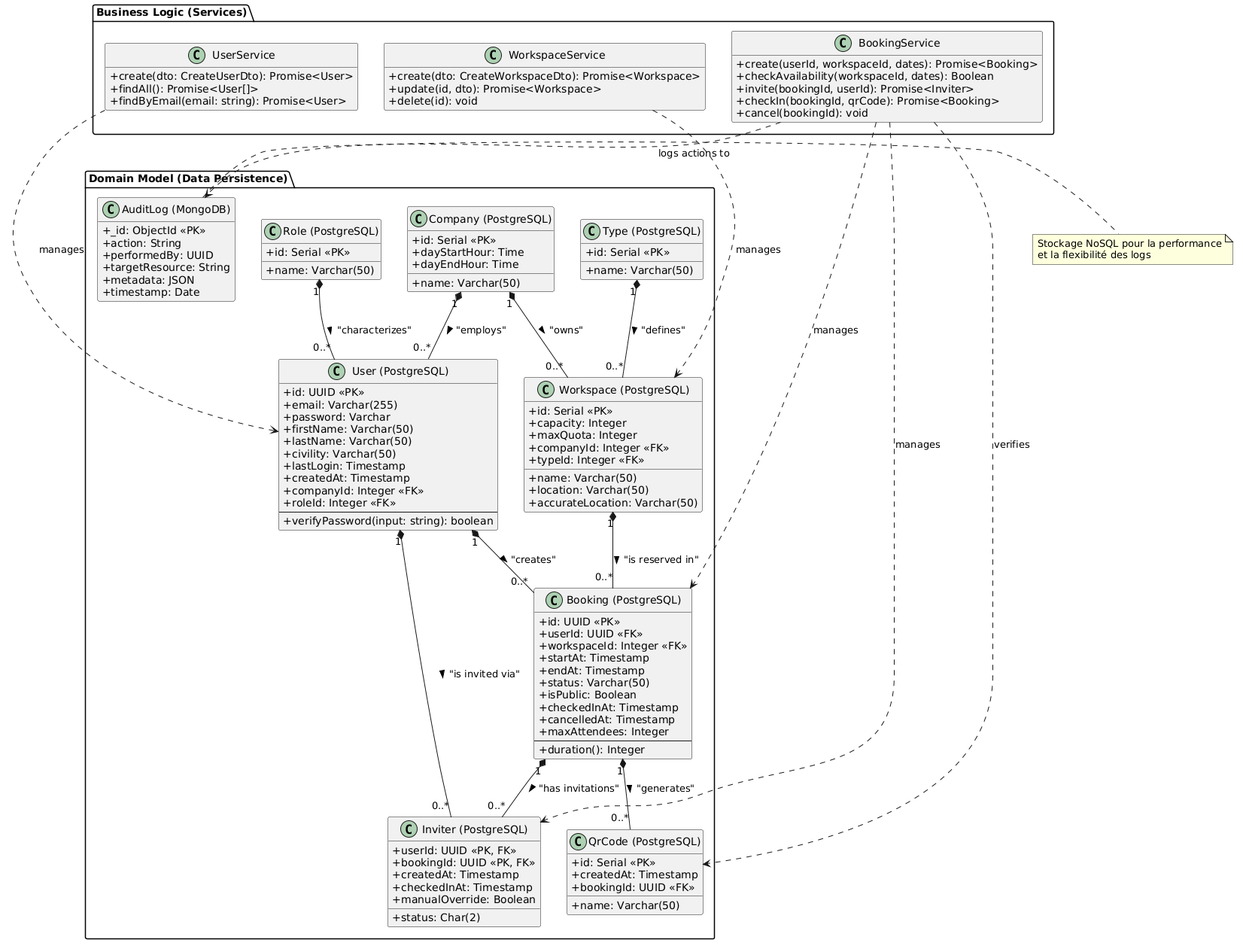
This is 3wa/soutenance/assets/uml-classes.png from Vaalley/tempo, a PlantUML export, as it was before one commit. The source it was exported from:
```plantuml
@startuml
hide empty members
skinparam classAttributeIconSize 0

package "Domain Model (Data Persistence)" {

    class "Role (PostgreSQL)" as Role {
        + id: Serial <<PK>>
        + name: Varchar(50)
    }

    class "Company (PostgreSQL)" as Company {
        + id: Serial <<PK>>
        + name: Varchar(50)
        + dayStartHour: Time
        + dayEndHour: Time
    }

    class "Type (PostgreSQL)" as Type {
        + id: Serial <<PK>>
        + name: Varchar(50)
    }

    class "User (PostgreSQL)" as User {
        + id: UUID <<PK>>
        + email: Varchar(255)
        + password: Varchar
        + firstName: Varchar(50)
        + lastName: Varchar(50)
        + civility: Varchar(50)
        + lastLogin: Timestamp
        + createdAt: Timestamp
        + companyId: Integer <<FK>>
        + roleId: Integer <<FK>>
        --
        + verifyPassword(input: string): boolean
    }

    class "Workspace (PostgreSQL)" as Workspace {
        + id: Serial <<PK>>
        + name: Varchar(50)
        + capacity: Integer
        + maxQuota: Integer
        + location: Varchar(50)
        + accurateLocation: Varchar(50)
        + companyId: Integer <<FK>>
        + typeId: Integer <<FK>>
    }

    class "Booking (PostgreSQL)" as Booking {
        + id: UUID <<PK>>
        + userId: UUID <<FK>>
        + workspaceId: Integer <<FK>>
        + startAt: Timestamp
        + endAt: Timestamp
        + status: Varchar(50)
        + isPublic: Boolean
        + checkedInAt: Timestamp
        + cancelledAt: Timestamp
        + maxAttendees: Integer
        --
        + duration(): Integer
    }

    class "Inviter (PostgreSQL)" as Inviter {
        + userId: UUID <<PK, FK>>
        + bookingId: UUID <<PK, FK>>
        + createdAt: Timestamp
        + status: Char(2)
        + checkedInAt: Timestamp
        + manualOverride: Boolean
    }

    class "QrCode (PostgreSQL)" as QrCode {
        + id: Serial <<PK>>
        + name: Varchar(50)
        + createdAt: Timestamp
        + bookingId: UUID <<FK>>
    }

    class "AuditLog (MongoDB)" as AuditLog {
        + _id: ObjectId <<PK>>
        + action: String
        + performedBy: UUID
        + targetResource: String
        + metadata: JSON
        + timestamp: Date
    }
}

package "Business Logic (Services)" {
    class UserService {
        + create(dto: CreateUserDto): Promise<User>
        + findAll(): Promise<User[]>
        + findByEmail(email: string): Promise<User>
    }

    class BookingService {
        + create(userId, workspaceId, dates): Promise<Booking>
        + checkAvailability(workspaceId, dates): Boolean
        + invite(bookingId, userId): Promise<Inviter>
        + checkIn(bookingId, qrCode): Promise<Booking>
        + cancel(bookingId): void
    }

    class WorkspaceService {
        + create(dto: CreateWorkspaceDto): Promise<Workspace>
        + update(id, dto): Promise<Workspace>
        + delete(id): void
    }
}

Role "1" *-- "0..*" User : "characterizes" >
Company "1" *-- "0..*" User : "employs" >
Company "1" *-- "0..*" Workspace : "owns" >
Type "1" *-- "0..*" Workspace : "defines" >
User "1" *-- "0..*" Booking : "creates" >
Workspace "1" *-- "0..*" Booking : "is reserved in" >
User "1" *-- "0..*" Inviter : "is invited via" >
Booking "1" *-- "0..*" Inviter : "has invitations" >
Booking "1" *-- "0..*" QrCode : "generates" >

UserService ..> User : "manages"
BookingService ..> Booking : "manages"
BookingService ..> Inviter : "manages"
BookingService ..> QrCode : "verifies"
WorkspaceService ..> Workspace : "manages"
BookingService ..> AuditLog : "logs actions to"

note right of AuditLog
  Stockage NoSQL pour la performance
  et la flexibilité des logs
end note
@enduml
```
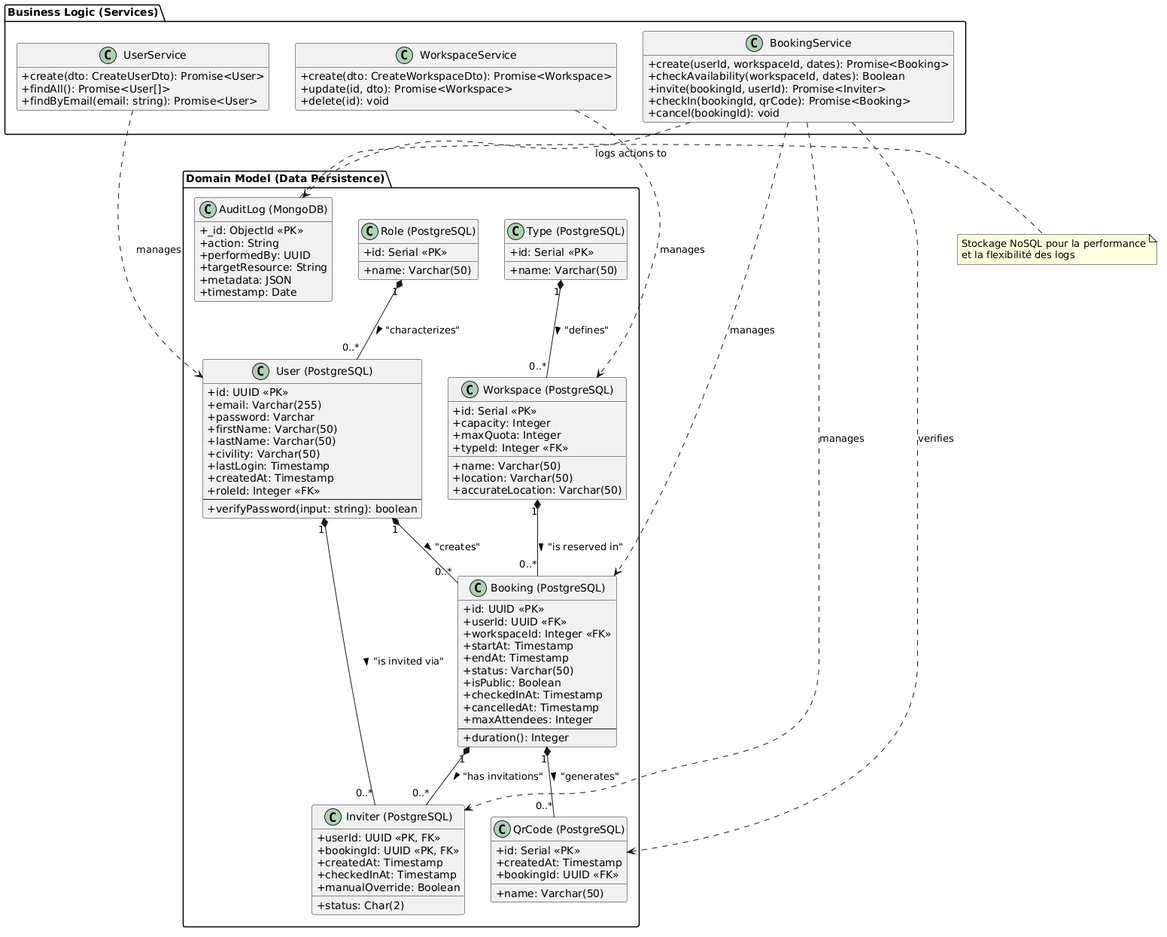
The same file after the commit.

The edit, as a diff of the source:
```diff
@@ -7,13 +7,6 @@
     class "Role (PostgreSQL)" as Role {
         + id: Serial <<PK>>
         + name: Varchar(50)
-    }
-
-    class "Company (PostgreSQL)" as Company {
-        + id: Serial <<PK>>
-        + name: Varchar(50)
-        + dayStartHour: Time
-        + dayEndHour: Time
     }
 
     class "Type (PostgreSQL)" as Type {
@@ -30,7 +23,6 @@
         + civility: Varchar(50)
         + lastLogin: Timestamp
         + createdAt: Timestamp
-        + companyId: Integer <<FK>>
         + roleId: Integer <<FK>>
         --
         + verifyPassword(input: string): boolean
@@ -43,7 +35,6 @@
         + maxQuota: Integer
         + location: Varchar(50)
         + accurateLocation: Varchar(50)
-        + companyId: Integer <<FK>>
         + typeId: Integer <<FK>>
     }
 
@@ -111,8 +102,6 @@
 }
 
 Role "1" *-- "0..*" User : "characterizes" >
-Company "1" *-- "0..*" User : "employs" >
-Company "1" *-- "0..*" Workspace : "owns" >
 Type "1" *-- "0..*" Workspace : "defines" >
 User "1" *-- "0..*" Booking : "creates" >
 Workspace "1" *-- "0..*" Booking : "is reserved in" >
```
